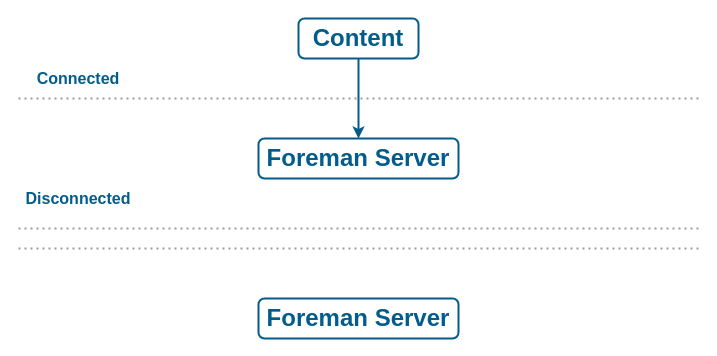
Before: guides/common/images/foreman_iss_disconnected_airgapped.drawio in theforeman/foreman-documentation, a draw.io diagram. Source tidied: cells renumbered, new cells numbered last; positions are measured from the earlier drawing's top-left corner, leaving out a move shared by most shapes. Both pictures are drawn from the tidied source at 100%, with x=0, y=0 at pixel (18, 18).
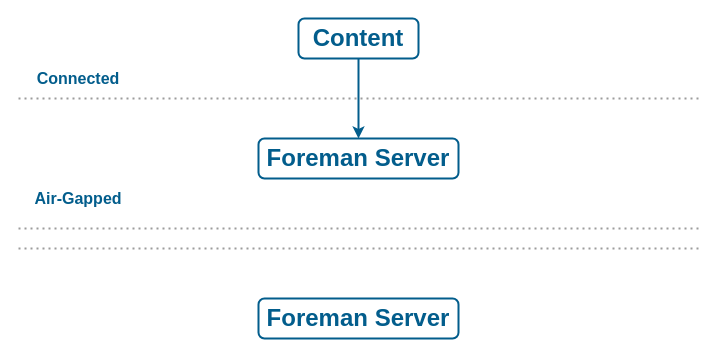
The same page after the edit.

Diff of the diagram source:
```diff
@@
 <mxGraphModel>
   <root>
     <mxCell id="0" />
     <mxCell id="1" parent="0" />
     <mxCell id="2" value="Content" style="rounded=1;whiteSpace=wrap;html=1;fontSize=24;fontStyle=1;fontColor=#025D8C;fillColor=none;strokeColor=#025D8C;strokeWidth=2;" parent="1" vertex="1">
       <mxGeometry x="280" width="120" height="40" as="geometry" />
     </mxCell>
     <mxCell id="3" value="Foreman Server" style="rounded=1;whiteSpace=wrap;html=1;fontSize=24;fontStyle=1;fontColor=#025D8C;fillColor=none;strokeColor=#025D8C;strokeWidth=2;" parent="1" vertex="1">
       <mxGeometry x="240" y="120" width="200" height="40" as="geometry" />
     </mxCell>
     <mxCell id="4" style="endArrow=classic;html=1;fontSize=14;fontColor=#025D8C;strokeColor=#025D8C;strokeWidth=2;" parent="1" edge="1" source="2" target="3">
       <mxGeometry relative="1" as="geometry" />
     </mxCell>
     <mxCell id="5" style="endArrow=classic;html=1;fontSize=14;fontColor=#025D8C;strokeColor=#025D8C;strokeWidth=2;" parent="1" edge="1" source="3">
       <mxGeometry relative="1" as="geometry">
         <mxPoint x="440" y="140" as="targetPoint" />
       </mxGeometry>
     </mxCell>
     <mxCell id="6" value="Foreman Server" style="rounded=1;whiteSpace=wrap;html=1;fontSize=24;fontStyle=1;fontColor=#025D8C;fillColor=none;strokeColor=#025D8C;strokeWidth=2;" parent="1" vertex="1">
       <mxGeometry x="240" y="280" width="200" height="40" as="geometry" />
     </mxCell>
     <mxCell id="7" style="endArrow=none;html=1;fontSize=14;fontColor=#025D8C;strokeWidth=2;dashed=1;dashPattern=1 2;strokeColor=#9C9C9C;endFill=0;" parent="1" edge="1">
       <mxGeometry relative="1" as="geometry">
         <mxPoint y="80" as="sourcePoint" />
         <mxPoint x="680" y="80" as="targetPoint" />
       </mxGeometry>
     </mxCell>
     <mxCell id="8" value="Connected" style="rounded=0;whiteSpace=wrap;html=1;fontSize=16;fontStyle=1;fontColor=#025D8C;fillColor=none;strokeColor=none;strokeWidth=2;" parent="1" vertex="1">
       <mxGeometry y="40" width="120" height="40" as="geometry" />
     </mxCell>
     <mxCell id="9" style="endArrow=none;html=1;fontSize=14;fontColor=#025D8C;strokeWidth=2;dashed=1;dashPattern=1 2;strokeColor=#9C9C9C;endFill=0;" parent="1" edge="1">
       <mxGeometry relative="1" as="geometry">
         <mxPoint y="210" as="sourcePoint" />
         <mxPoint x="680" y="210" as="targetPoint" />
       </mxGeometry>
     </mxCell>
-    <mxCell id="10" value="Disconnected" style="rounded=0;whiteSpace=wrap;html=1;fontSize=16;fontStyle=1;fontColor=#025D8C;fillColor=none;strokeColor=none;strokeWidth=2;" parent="1" vertex="1">
+    <mxCell id="10" value="Air-Gapped" style="rounded=0;whiteSpace=wrap;html=1;fontSize=16;fontStyle=1;fontColor=#025D8C;fillColor=none;strokeColor=none;strokeWidth=2;" parent="1" vertex="1">
       <mxGeometry y="160" width="120" height="40" as="geometry" />
     </mxCell>
     <mxCell id="11" style="endArrow=none;html=1;fontSize=14;fontColor=#025D8C;strokeWidth=2;dashed=1;dashPattern=1 2;strokeColor=#9C9C9C;endFill=0;" parent="1" edge="1">
       <mxGeometry relative="1" as="geometry">
         <mxPoint y="230" as="sourcePoint" />
         <mxPoint x="680" y="230" as="targetPoint" />
       </mxGeometry>
     </mxCell>
   </root>
 </mxGraphModel>
```
